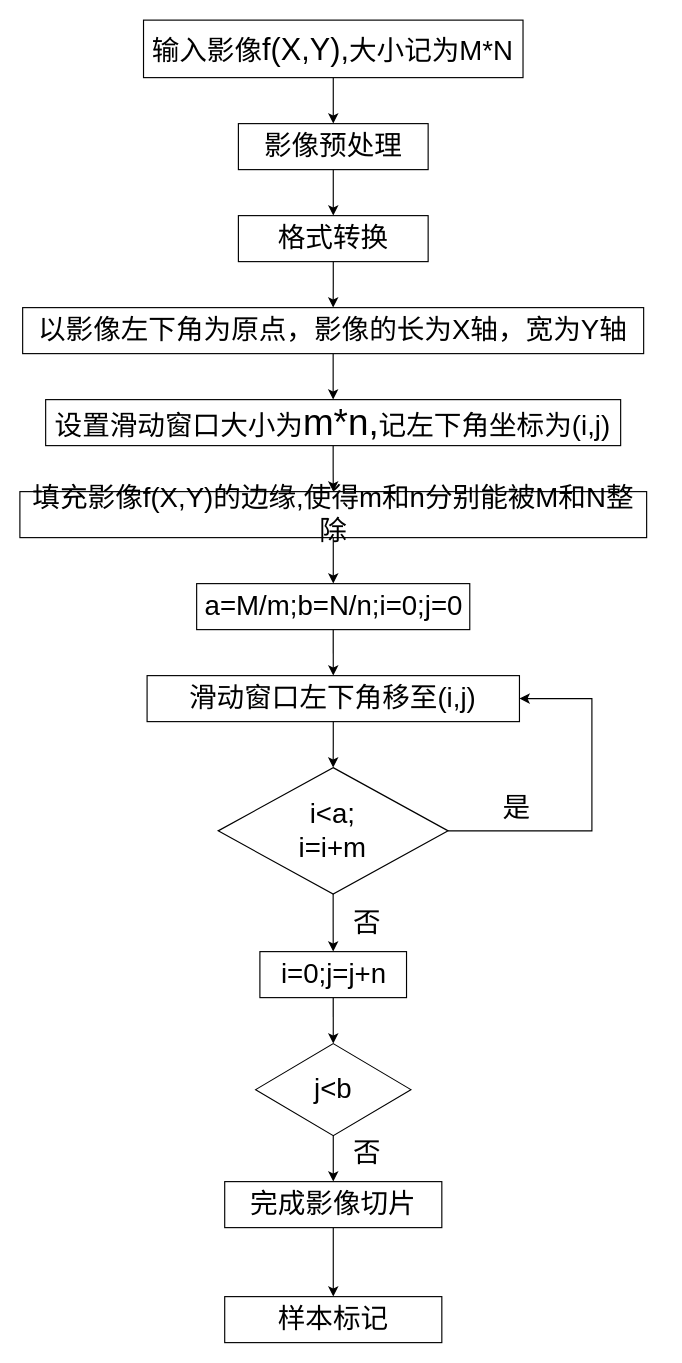
Above: Untitled Diagram.drawio in Jiang-CHD-YunNan/cocoapi (draw.io), before the change. Source tidied: cells renumbered, new cells numbered last; positions are measured from the earlier drawing's top-left corner, leaving out a move shared by most shapes. Both pictures are drawn from the tidied source at 115%, with x=0, y=0 at pixel (20, 20).
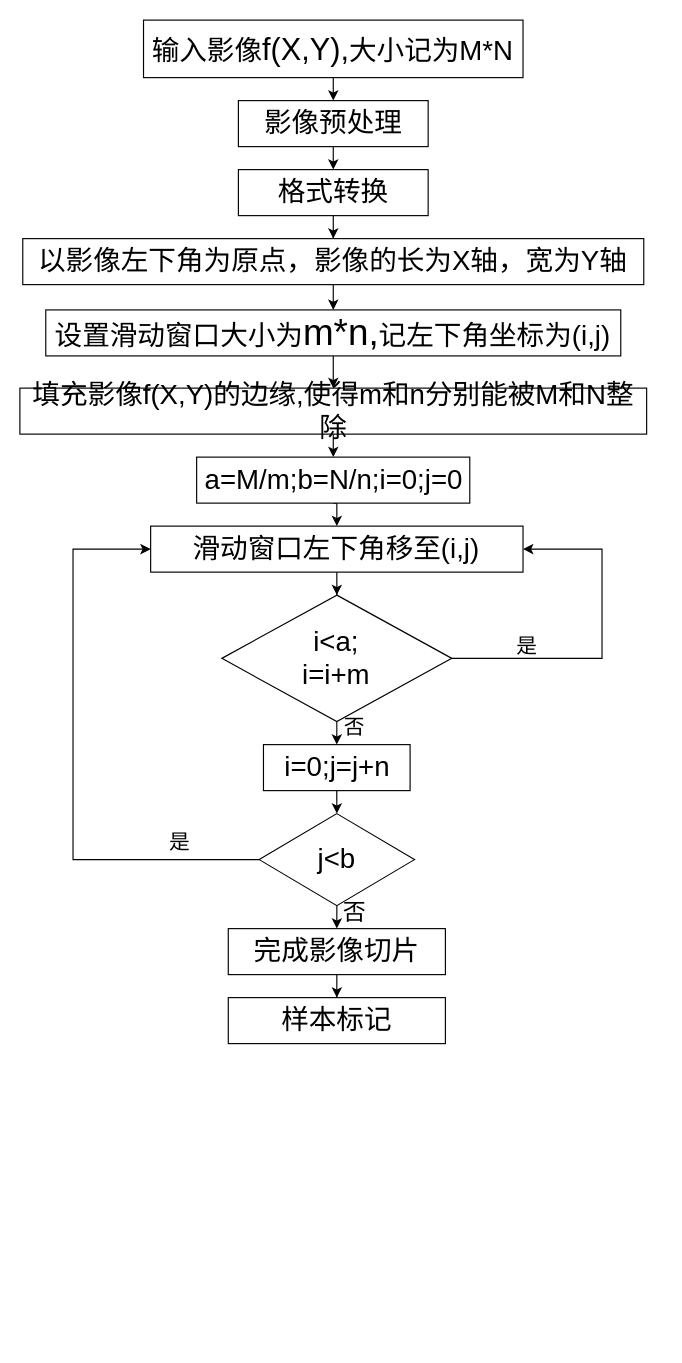
The same diagram, later.

Change to the diagram source:
```diff
@@
     <mxCell id="5" value="&lt;p style=&quot;margin-top: 0pt ; margin-bottom: 0pt ; margin-left: 0in ; direction: ltr ; unicode-bidi: embed ; word-break: normal&quot;&gt;&lt;span style=&quot;font-size: 24px&quot;&gt;格式转换&lt;/span&gt;&lt;/p&gt;" style="rounded=0;whiteSpace=wrap;html=1;" parent="1" vertex="1">
-      <mxGeometry x="189.8" y="170" width="165" height="40" as="geometry" />
+      <mxGeometry x="189.8" y="130" width="165" height="40" as="geometry" />
     </mxCell>
@@
     <mxCell id="7" value="&lt;p style=&quot;margin-top: 0pt ; margin-bottom: 0pt ; margin-left: 0in ; direction: ltr ; unicode-bidi: embed ; word-break: normal&quot;&gt;&lt;span style=&quot;font-size: 18pt&quot;&gt;以影像左下角为原点，影像的长为&lt;/span&gt;&lt;span style=&quot;font-size: 18pt ; font-family: &amp;#34;calibri&amp;#34;&quot;&gt;X&lt;/span&gt;&lt;span style=&quot;font-size: 18pt&quot;&gt;轴，宽为&lt;/span&gt;&lt;span style=&quot;font-size: 18pt ; font-family: &amp;#34;calibri&amp;#34;&quot;&gt;Y&lt;/span&gt;&lt;span style=&quot;font-size: 18pt&quot;&gt;轴&lt;/span&gt;&lt;/p&gt;" style="rounded=0;whiteSpace=wrap;html=1;" parent="1" vertex="1">
-      <mxGeometry x="2.2" y="250" width="540" height="40" as="geometry" />
+      <mxGeometry x="2.3" y="190" width="540" height="40" as="geometry" />
     </mxCell>
@@
     <mxCell id="9" value="&lt;p style=&quot;margin-top: 0pt ; margin-bottom: 0pt ; margin-left: 0in ; direction: ltr ; unicode-bidi: embed ; word-break: normal&quot;&gt;&lt;span style=&quot;font-size: 18pt&quot;&gt;设置滑动窗口大小为&lt;/span&gt;&lt;span style=&quot;font-size: 24pt ; font-family: &amp;#34;calibri&amp;#34;&quot;&gt;m*n,&lt;/span&gt;&lt;span style=&quot;font-size: 18pt&quot;&gt;记左下角坐标为&lt;/span&gt;&lt;span style=&quot;font-size: 18pt ; font-family: &amp;#34;calibri&amp;#34;&quot;&gt;(&lt;/span&gt;&lt;span style=&quot;font-size: 18pt ; font-family: &amp;#34;calibri&amp;#34;&quot;&gt;i,j&lt;/span&gt;&lt;span style=&quot;font-size: 18pt ; font-family: &amp;#34;calibri&amp;#34;&quot;&gt;)&lt;/span&gt;&lt;/p&gt;" style="rounded=0;whiteSpace=wrap;html=1;" parent="1" vertex="1">
-      <mxGeometry x="22.2" y="330" width="500" height="40" as="geometry" />
+      <mxGeometry x="22.3" y="252" width="500" height="40" as="geometry" />
     </mxCell>
@@
     <mxCell id="11" value="&lt;p style=&quot;margin-top: 0pt ; margin-bottom: 0pt ; margin-left: 0in ; direction: ltr ; unicode-bidi: embed ; word-break: normal&quot;&gt;&lt;span style=&quot;font-size: 18pt&quot;&gt;填充影像&lt;/span&gt;&lt;span style=&quot;font-size: 18pt ; font-family: &amp;#34;calibri&amp;#34;&quot;&gt;f(X,Y)&lt;/span&gt;&lt;span style=&quot;font-size: 18pt&quot;&gt;的边缘&lt;/span&gt;&lt;span style=&quot;font-size: 18pt ; font-family: &amp;#34;calibri&amp;#34;&quot;&gt;,&lt;/span&gt;&lt;span style=&quot;font-size: 18pt&quot;&gt;使得&lt;/span&gt;&lt;span style=&quot;font-size: 18pt ; font-family: &amp;#34;calibri&amp;#34;&quot;&gt;m&lt;/span&gt;&lt;span style=&quot;font-size: 18pt&quot;&gt;和&lt;/span&gt;&lt;span style=&quot;font-size: 18pt ; font-family: &amp;#34;calibri&amp;#34;&quot;&gt;n&lt;/span&gt;&lt;span style=&quot;font-size: 18pt&quot;&gt;分别能被&lt;/span&gt;&lt;span style=&quot;font-size: 18pt ; font-family: &amp;#34;calibri&amp;#34;&quot;&gt;M&lt;/span&gt;&lt;span style=&quot;font-size: 18pt&quot;&gt;和&lt;/span&gt;&lt;span style=&quot;font-size: 18pt ; font-family: &amp;#34;calibri&amp;#34;&quot;&gt;N&lt;/span&gt;&lt;span style=&quot;font-size: 18pt&quot;&gt;整除&lt;/span&gt;&lt;/p&gt;" style="rounded=0;whiteSpace=wrap;html=1;" parent="1" vertex="1">
-      <mxGeometry x="-0.2" y="410" width="545" height="40" as="geometry" />
+      <mxGeometry x="-0.2" y="320" width="545" height="40" as="geometry" />
     </mxCell>
@@
     <mxCell id="13" value="&lt;p style=&quot;margin-top: 0pt ; margin-bottom: 0pt ; margin-left: 0in ; direction: ltr ; unicode-bidi: embed ; word-break: normal&quot;&gt;&lt;span style=&quot;font-size: 18pt ; font-family: &amp;#34;calibri&amp;#34;&quot;&gt;a=M/&lt;/span&gt;&lt;span style=&quot;font-size: 18pt ; font-family: &amp;#34;calibri&amp;#34;&quot;&gt;m;b&lt;/span&gt;&lt;span style=&quot;font-size: 18pt ; font-family: &amp;#34;calibri&amp;#34;&quot;&gt;=N/&lt;/span&gt;&lt;span style=&quot;font-size: 18pt ; font-family: &amp;#34;calibri&amp;#34;&quot;&gt;n;i&lt;/span&gt;&lt;span style=&quot;font-size: 18pt ; font-family: &amp;#34;calibri&amp;#34;&quot;&gt;=0;j=0&lt;/span&gt;&lt;/p&gt;" style="rounded=0;whiteSpace=wrap;html=1;" parent="1" vertex="1">
-      <mxGeometry x="153.5" y="490" width="237.5" height="40" as="geometry" />
+      <mxGeometry x="153.5" y="380" width="237.5" height="40" as="geometry" />
     </mxCell>
@@
     <mxCell id="15" value="&lt;p style=&quot;margin-top: 0pt ; margin-bottom: 0pt ; margin-left: 0in ; direction: ltr ; unicode-bidi: embed ; word-break: normal&quot;&gt;&lt;span style=&quot;font-size: 18pt&quot;&gt;滑动窗口左下角移至&lt;/span&gt;&lt;span style=&quot;font-size: 18pt ; font-family: &amp;#34;calibri&amp;#34;&quot;&gt;(&lt;/span&gt;&lt;span style=&quot;font-size: 18pt ; font-family: &amp;#34;calibri&amp;#34;&quot;&gt;i,j&lt;/span&gt;&lt;span style=&quot;font-size: 18pt ; font-family: &amp;#34;calibri&amp;#34;&quot;&gt;)&lt;/span&gt;&lt;/p&gt;" style="rounded=0;whiteSpace=wrap;html=1;" parent="1" vertex="1">
-      <mxGeometry x="110.4" y="570" width="323.8" height="40" as="geometry" />
+      <mxGeometry x="113.5" y="440" width="323.8" height="40" as="geometry" />
     </mxCell>
+    <mxCell id="17" style="edgeStyle=orthogonalEdgeStyle;rounded=0;jettySize=auto;html=1;exitX=0.5;exitY=1;exitDx=0;exitDy=0;entryX=0.5;entryY=0;entryDx=0;entryDy=0;" parent="1" edge="1" source="18" target="21">
+      <mxGeometry relative="1" as="geometry" />
+    </mxCell>
     <mxCell id="16" style="edgeStyle=orthogonalEdgeStyle;rounded=0;jettySize=auto;html=1;exitX=1;exitY=0.5;exitDx=0;exitDy=0;entryX=1;entryY=0.5;entryDx=0;entryDy=0;" parent="1" edge="1" source="18" target="15">
       <mxGeometry relative="1" as="geometry">
         <Array as="points">
-          <mxPoint x="497.2" y="705" />
-          <mxPoint x="497.2" y="590" />
+          <mxPoint x="506" y="555" />
+          <mxPoint x="506" y="460" />
         </Array>
       </mxGeometry>
     </mxCell>
-    <mxCell id="17" style="edgeStyle=orthogonalEdgeStyle;rounded=0;jettySize=auto;html=1;exitX=0.5;exitY=1;exitDx=0;exitDy=0;entryX=0.5;entryY=0;entryDx=0;entryDy=0;" parent="1" edge="1" source="18" target="21">
-      <mxGeometry relative="1" as="geometry" />
-    </mxCell>
     <mxCell id="18" value="&lt;p style=&quot;margin-top: 0pt ; margin-bottom: 0pt ; margin-left: 0in ; direction: ltr ; unicode-bidi: embed ; word-break: normal&quot;&gt;&lt;span style=&quot;font-size: 18pt ; font-family: &amp;#34;calibri&amp;#34;&quot;&gt;i&lt;/span&gt;&lt;span style=&quot;font-size: 18pt ; font-family: &amp;#34;calibri&amp;#34;&quot;&gt;&amp;lt;a;&lt;/span&gt;&lt;/p&gt;&lt;p style=&quot;margin-top: 0pt ; margin-bottom: 0pt ; margin-left: 0in ; direction: ltr ; unicode-bidi: embed ; word-break: normal&quot;&gt;&lt;span style=&quot;font-size: 18pt ; font-family: &amp;#34;calibri&amp;#34;&quot;&gt;i&lt;/span&gt;&lt;span style=&quot;font-size: 18pt ; font-family: &amp;#34;calibri&amp;#34;&quot;&gt;=&lt;/span&gt;&lt;span style=&quot;font-size: 18pt ; font-family: &amp;#34;calibri&amp;#34;&quot;&gt;i+m&lt;/span&gt;&lt;/p&gt;" style="rhombus;whiteSpace=wrap;html=1;" parent="1" vertex="1">
-      <mxGeometry x="172.2" y="650" width="200" height="110" as="geometry" />
+      <mxGeometry x="175.4" y="500" width="200" height="110" as="geometry" />
     </mxCell>
-    <mxCell id="19" value="&lt;font style=&quot;font-size: 24px&quot;&gt;是&lt;/font&gt;" style="rounded=0;whiteSpace=wrap;html=1;strokeColor=#FFFFFF;" parent="1" vertex="1">
-      <mxGeometry x="407.2" y="670" width="50" height="30" as="geometry" />
-    </mxCell>
@@
     <mxCell id="21" value="&lt;p style=&quot;margin-top: 0pt ; margin-bottom: 0pt ; margin-left: 0in ; direction: ltr ; unicode-bidi: embed ; word-break: normal&quot;&gt;&lt;span style=&quot;font-size: 18pt ; font-family: &amp;#34;calibri&amp;#34;&quot;&gt;i&lt;/span&gt;&lt;span style=&quot;font-size: 18pt ; font-family: &amp;#34;calibri&amp;#34;&quot;&gt;=0&lt;/span&gt;&lt;span style=&quot;font-size: 18pt&quot;&gt;;&lt;/span&gt;&lt;span style=&quot;font-size: 18pt ; font-family: &amp;#34;calibri&amp;#34;&quot;&gt;j=&lt;/span&gt;&lt;span style=&quot;font-size: 18pt ; font-family: &amp;#34;calibri&amp;#34;&quot;&gt;j+n&lt;/span&gt;&lt;/p&gt;" style="rounded=0;whiteSpace=wrap;html=1;" parent="1" vertex="1">
-      <mxGeometry x="208.5" y="810" width="127.5" height="40" as="geometry" />
+      <mxGeometry x="211.6" y="630" width="127.5" height="40" as="geometry" />
     </mxCell>
-    <mxCell id="22" style="rhombus;whiteSpace=wrap;html=1;strokeColor=#FFFFFF;" parent="1" vertex="1">
-      <mxGeometry x="477.2" y="770" width="80" height="80" as="geometry" />
-    </mxCell>
@@
+    <mxCell id="32" style="edgeStyle=orthogonalEdgeStyle;rounded=0;jettySize=auto;html=1;exitX=0;exitY=0.5;exitDx=0;exitDy=0;entryX=0;entryY=0.5;entryDx=0;entryDy=0;" parent="1" edge="1" source="24" target="15">
+      <mxGeometry relative="1" as="geometry">
+        <Array as="points">
+          <mxPoint x="46" y="730" />
+          <mxPoint x="46" y="460" />
+        </Array>
+      </mxGeometry>
+    </mxCell>
     <mxCell id="24" value="&lt;p style=&quot;margin-top: 0pt ; margin-bottom: 0pt ; margin-left: 0in ; direction: ltr ; unicode-bidi: embed ; word-break: normal&quot;&gt;&lt;span style=&quot;font-size: 18pt ; font-family: &amp;#34;calibri&amp;#34;&quot;&gt;j&amp;lt;b&lt;/span&gt;&lt;/p&gt;" style="rhombus;whiteSpace=wrap;html=1;" parent="1" vertex="1">
-      <mxGeometry x="204.8" y="890" width="135" height="80" as="geometry" />
+      <mxGeometry x="207.9" y="690" width="135" height="80" as="geometry" />
     </mxCell>
-    <mxCell id="25" value="&lt;span style=&quot;font-size: 24px&quot;&gt;否&lt;/span&gt;" style="rounded=0;whiteSpace=wrap;html=1;strokeColor=#FFFFFF;" parent="1" vertex="1">
-      <mxGeometry x="277.2" y="770" width="50" height="30" as="geometry" />
+    <mxCell id="25" value="&lt;font style=&quot;font-size: 18px&quot;&gt;否&lt;/font&gt;" style="rounded=0;whiteSpace=wrap;html=1;fillColor=none;strokeColor=none;" parent="1" vertex="1">
+      <mxGeometry x="266" y="600" width="50" height="30" as="geometry" />
     </mxCell>
@@
     <mxCell id="27" value="&lt;p style=&quot;margin-top: 0pt ; margin-bottom: 0pt ; margin-left: 0in ; direction: ltr ; unicode-bidi: embed ; word-break: normal&quot;&gt;&lt;span style=&quot;font-size: 18pt&quot;&gt;完成影像切片&lt;/span&gt;&lt;/p&gt;" style="rounded=0;whiteSpace=wrap;html=1;" parent="1" vertex="1">
-      <mxGeometry x="177.9" y="1010" width="188.8" height="40" as="geometry" />
+      <mxGeometry x="181" y="790" width="188.8" height="40" as="geometry" />
     </mxCell>
-    <mxCell id="28" value="&lt;span style=&quot;font-size: 24px&quot;&gt;否&lt;/span&gt;" style="rounded=0;whiteSpace=wrap;html=1;strokeColor=#FFFFFF;" parent="1" vertex="1">
-      <mxGeometry x="277.2" y="970" width="50" height="30" as="geometry" />
+    <mxCell id="28" value="&lt;font style=&quot;font-size: 20px&quot;&gt;否&lt;/font&gt;" style="rounded=0;whiteSpace=wrap;html=1;fillColor=none;strokeColor=none;" parent="1" vertex="1">
+      <mxGeometry x="266" y="760" width="50" height="30" as="geometry" />
     </mxCell>
     <mxCell id="29" value="&lt;p style=&quot;margin-top: 0pt ; margin-bottom: 0pt ; margin-left: 0in ; direction: ltr ; unicode-bidi: embed ; word-break: normal&quot;&gt;&lt;span style=&quot;font-size: 24px&quot;&gt;样本标记&lt;/span&gt;&lt;/p&gt;" style="rounded=0;whiteSpace=wrap;html=1;" parent="1" vertex="1">
-      <mxGeometry x="177.9" y="1110" width="188.8" height="40" as="geometry" />
+      <mxGeometry x="181" y="850" width="188.8" height="40" as="geometry" />
     </mxCell>
@@
     <mxCell id="31" value="&lt;p style=&quot;margin-top: 0pt ; margin-bottom: 0pt ; margin-left: 0in ; direction: ltr ; unicode-bidi: embed ; word-break: normal&quot;&gt;&lt;span style=&quot;font-size: 24px&quot;&gt;影像预处理&lt;/span&gt;&lt;/p&gt;" style="rounded=0;whiteSpace=wrap;html=1;" parent="1" vertex="1">
-      <mxGeometry x="189.8" y="90" width="165" height="40" as="geometry" />
+      <mxGeometry x="189.8" y="70" width="165" height="40" as="geometry" />
     </mxCell>
+    <mxCell id="33" value="&lt;font style=&quot;font-size: 18px&quot;&gt;是&lt;/font&gt;" style="rounded=0;whiteSpace=wrap;html=1;fillColor=none;strokeColor=none;" parent="1" vertex="1">
+      <mxGeometry x="416" y="530" width="50" height="30" as="geometry" />
+    </mxCell>
+    <mxCell id="34" value="&lt;font style=&quot;font-size: 18px&quot;&gt;是&lt;/font&gt;" style="rounded=0;whiteSpace=wrap;html=1;fillColor=none;strokeColor=none;" parent="1" vertex="1">
+      <mxGeometry x="113.5" y="700" width="50" height="30" as="geometry" />
+    </mxCell>
```
